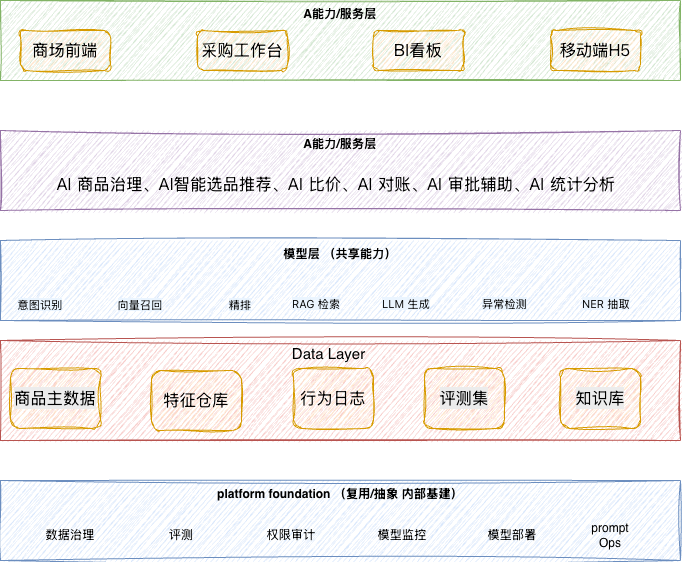
This is 保利-AI 专项总体蓝图.drawio.png from China-li-bai/draw, a draw.io export, as it was before one commit. Source tidied: cells renumbered, new cells last; positions are measured from the earlier drawing's top-left corner, leaving out a move shared by most shapes.
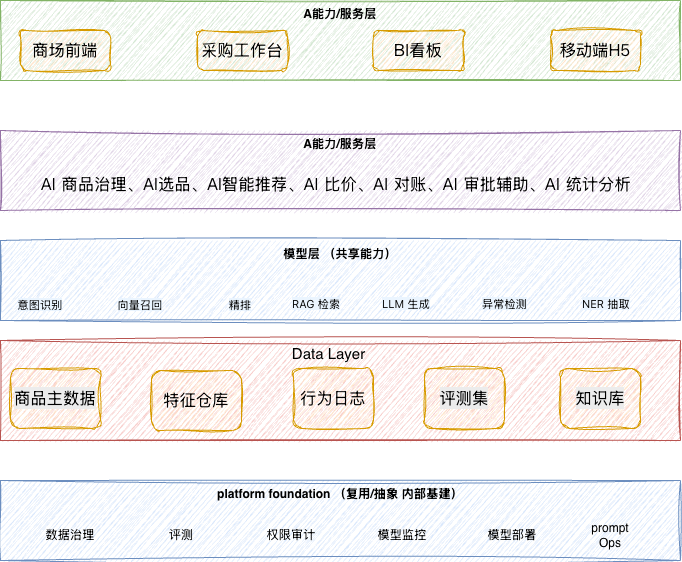
After the change.

Commit message:
更新保利-AI 专项总体蓝图.drawio.png

The edit, as a diff of the source:
```diff
@@ -71,7 +71,7 @@
     <mxCell id="24" value="A能力/服务层" style="rounded=0;whiteSpace=wrap;html=1;verticalAlign=top;fontStyle=1;sketch=1;curveFitting=1;jiggle=2;fillColor=#e1d5e7;strokeColor=#9673a6;" parent="1" vertex="1">
       <mxGeometry y="130" width="680" height="80" as="geometry" />
     </mxCell>
-    <mxCell id="25" value="&lt;div style=&quot;font-size: medium; text-align: start;&quot;&gt;&lt;/div&gt;&lt;div class=&quot;document&quot; style=&quot;font-size: medium; text-align: start;&quot;&gt;&lt;div class=&quot;section&quot;&gt;&lt;p class=&quot;paragraph text-align-type-justify&quot; style=&quot;margin: 3pt 0pt 4pt; text-align: justify; font-family: 等线; font-size: 12pt; line-height: 1.3; text-indent: 24pt;&quot;&gt;&lt;span style=&quot;font-size: 12pt; font-family: 宋体; letter-spacing: 0pt; vertical-align: baseline;&quot;&gt;AI 商品治理、AI智能选品推荐、AI 比价、AI 对账、AI 审批辅助、AI 统计分析&lt;/span&gt;&lt;/p&gt;&lt;/div&gt;&lt;/div&gt;" style="text;html=1;whiteSpace=wrap;strokeColor=none;fillColor=none;align=center;verticalAlign=middle;rounded=0;" parent="1" vertex="1">
+    <mxCell id="25" value="&lt;div style=&quot;font-size: medium; text-align: start;&quot;&gt;&lt;/div&gt;&lt;div class=&quot;document&quot; style=&quot;font-size: medium; text-align: start;&quot;&gt;&lt;div class=&quot;section&quot;&gt;&lt;p class=&quot;paragraph text-align-type-justify&quot; style=&quot;margin: 3pt 0pt 4pt; text-align: justify; font-family: 等线; font-size: 12pt; line-height: 1.3; text-indent: 24pt;&quot;&gt;&lt;span style=&quot;font-size: 12pt; font-family: 宋体; letter-spacing: 0pt; vertical-align: baseline;&quot;&gt;AI 商品治理、AI选品、AI智能推荐、AI 比价、AI 对账、AI 审批辅助、AI 统计分析&lt;/span&gt;&lt;/p&gt;&lt;/div&gt;&lt;/div&gt;" style="text;html=1;whiteSpace=wrap;strokeColor=none;fillColor=none;align=center;verticalAlign=middle;rounded=0;" parent="1" vertex="1">
       <mxGeometry y="170" width="640" height="30" as="geometry" />
     </mxCell>
     <mxCell id="26" value="A能力/服务层" style="rounded=0;whiteSpace=wrap;html=1;verticalAlign=top;fontStyle=1;sketch=1;curveFitting=1;jiggle=2;fillColor=#d5e8d4;strokeColor=#82b366;" parent="1" vertex="1">
```
